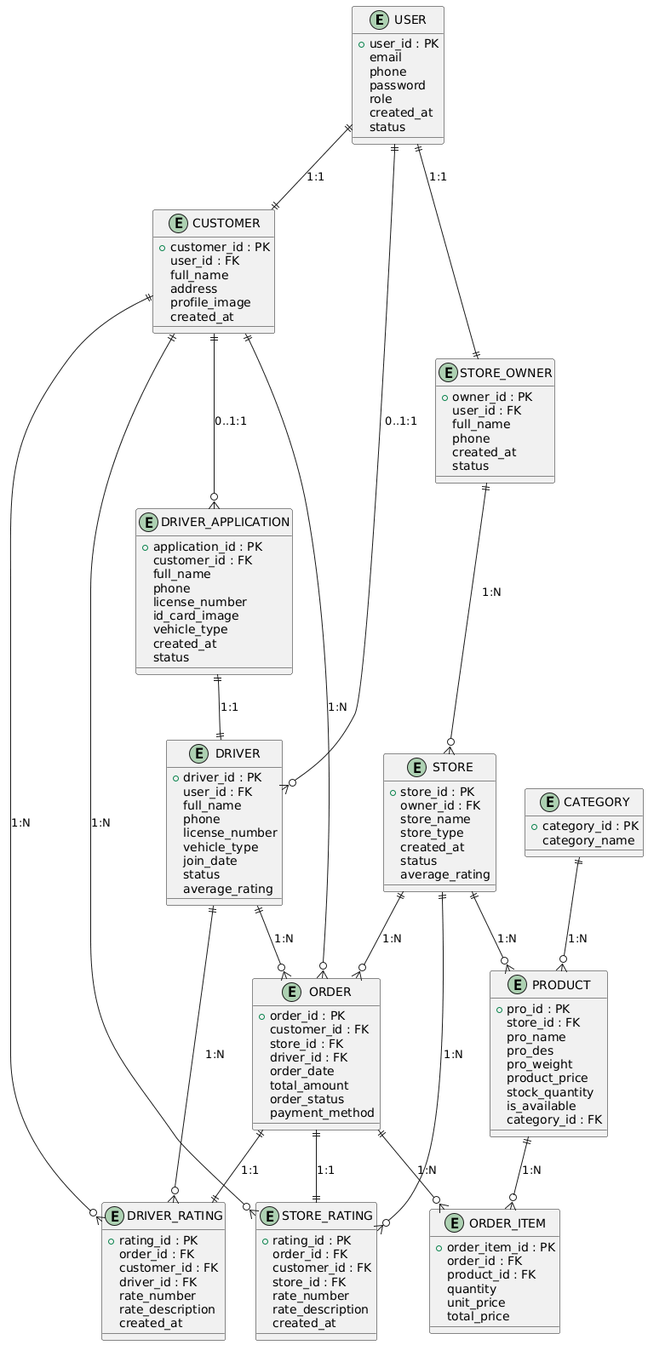
The PlantUML diagram ERD.png in Moaz-ashraf1/VUDMS, before a commit.
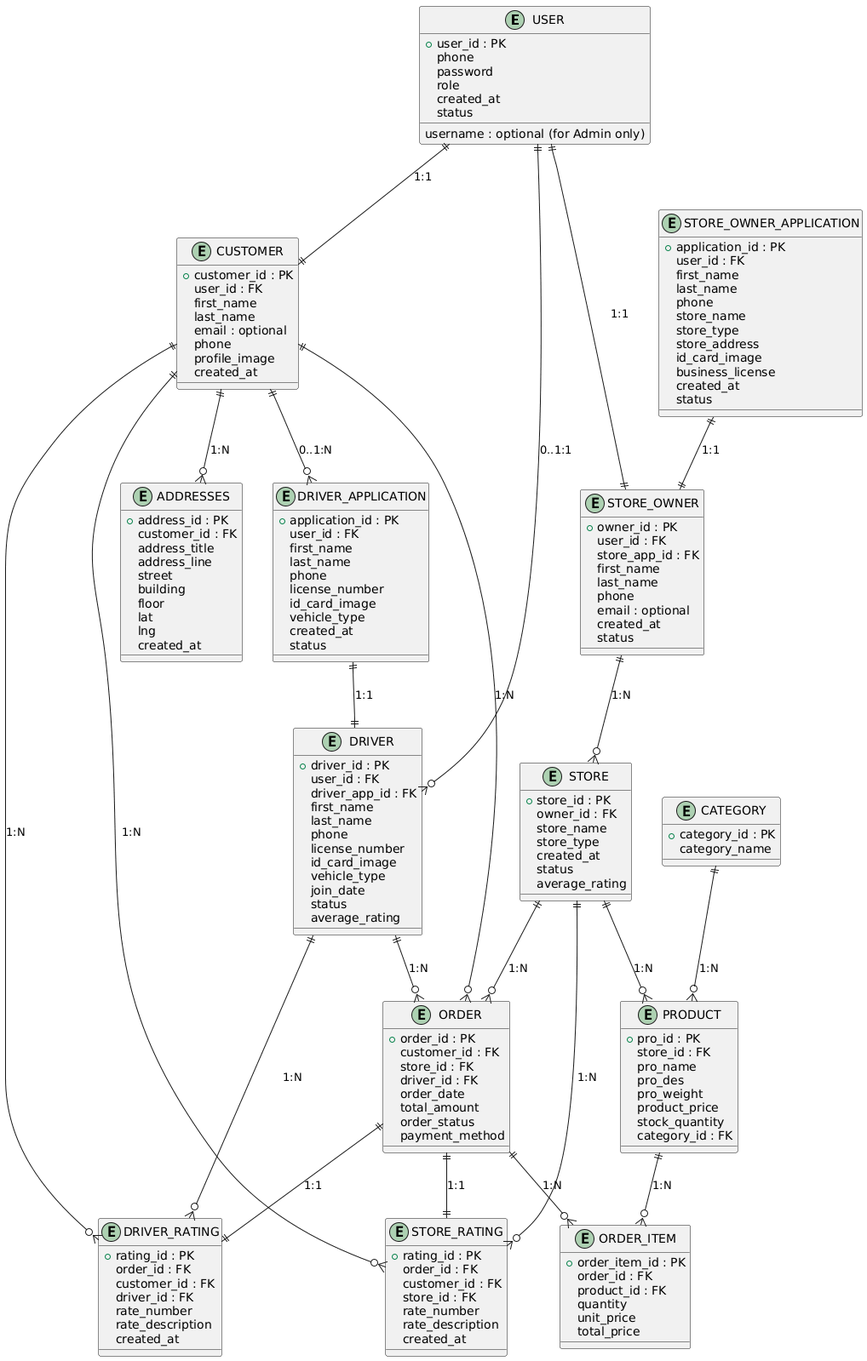
Later version of the same file.

Diff of the diagram source:
```diff
@@ -1,7 +1,7 @@
 @startuml
 entity "USER" as USER {
   +user_id : PK
-  email
+  username : optional (for Admin only)
   phone
   password
   role
@@ -12,16 +12,32 @@
 entity "CUSTOMER" as CUSTOMER {
   +customer_id : PK
   user_id : FK
-  full_name
-  address
+  first_name
+  last_name
+  email : optional
+  phone
   profile_image
+  created_at
+}
+
+entity "ADDRESSES" as ADDRESSES {
+  +address_id : PK
+  customer_id : FK
+  address_title
+  address_line
+  street
+  building
+  floor
+  lat
+  lng
   created_at
 }
 
 entity "DRIVER_APPLICATION" as DRIVER_APP {
   +application_id : PK
-  customer_id : FK
-  full_name
+  user_id : FK
+  first_name
+  last_name
   phone
   license_number
   id_card_image
@@ -33,9 +49,12 @@
 entity "DRIVER" as DRIVER {
   +driver_id : PK
   user_id : FK
-  full_name
+  driver_app_id : FK
+  first_name
+  last_name
   phone
   license_number
+  id_card_image
   vehicle_type
   join_date
   status
@@ -52,11 +71,29 @@
   created_at
 }
 
+entity "STORE_OWNER_APPLICATION" as STORE_OWNER_APP {
+  +application_id : PK
+  user_id : FK
+  first_name
+  last_name
+  phone
+  store_name
+  store_type
+  store_address
+  id_card_image
+  business_license
+  created_at
+  status
+}
+
 entity "STORE_OWNER" as STORE_OWNER {
   +owner_id : PK
   user_id : FK
-  full_name
+  store_app_id : FK
+  first_name
+  last_name
   phone
+  email : optional
   created_at
   status
 }
@@ -94,7 +131,6 @@
   pro_weight
   product_price
   stock_quantity
-  is_available
   category_id : FK
 }
 
@@ -122,7 +158,7 @@
 USER ||--|| STORE_OWNER : "1:1"
 USER ||--o{ DRIVER : "0..1:1"
 
-CUSTOMER ||--o{ DRIVER_APP : "0..1:1"
+CUSTOMER ||--o{ DRIVER_APP : "0..1:N"
 DRIVER_APP ||--|| DRIVER : "1:1"
 
 DRIVER ||--o{ DRIVER_RATING : "1:N"
@@ -130,6 +166,8 @@
 ORDER ||--|| DRIVER_RATING : "1:1"
 
 STORE_OWNER ||--o{ STORE : "1:N"
+STORE_OWNER_APP ||--|| STORE_OWNER : "1:1"
+
 STORE ||--o{ STORE_RATING : "1:N"
 CUSTOMER ||--o{ STORE_RATING : "1:N"
 ORDER ||--|| STORE_RATING : "1:1"
@@ -142,4 +180,6 @@
 DRIVER ||--o{ ORDER : "1:N"
 ORDER ||--o{ ORDER_ITEM : "1:N"
 PRODUCT ||--o{ ORDER_ITEM : "1:N"
+
+CUSTOMER ||--o{ ADDRESSES : "1:N"
 @enduml
```
